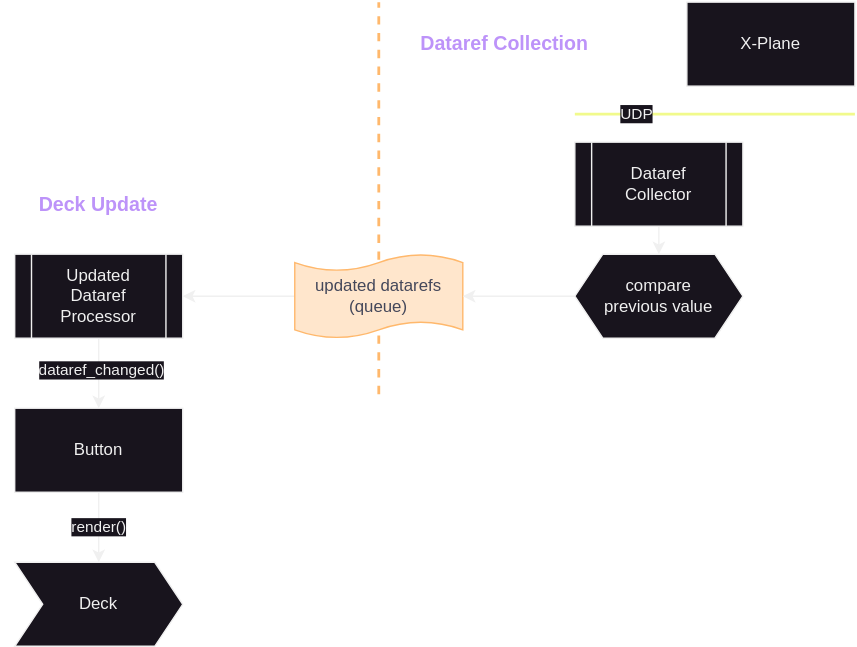
Before: docs/images/dataref updates.svg, a diagram exported from draw.io (devleaks/cockpitdecks-docs). Source tidied: cells renumbered, new cells last; positions are measured from the earlier drawing's top-left corner, leaving out a move shared by most shapes. Source of this version:
```xml
<mxGraphModel>
  <root>
    <mxCell id="0" />
    <mxCell id="1" parent="0" />
    <mxCell id="2" style="endArrow=none;html=1;rounded=0;strokeWidth=2;strokeColor=#FFB86C;dashed=1;" parent="1" edge="1">
      <mxGeometry relative="1" as="geometry">
        <mxPoint x="270" y="280" as="sourcePoint" />
        <mxPoint x="270" as="targetPoint" />
      </mxGeometry>
    </mxCell>
    <mxCell id="3" style="endArrow=none;html=1;rounded=0;strokeWidth=2;strokeColor=#F1FA8C;" parent="1" edge="1">
      <mxGeometry relative="1" as="geometry">
        <mxPoint x="610" y="80" as="sourcePoint" />
        <mxPoint x="410" y="80" as="targetPoint" />
      </mxGeometry>
    </mxCell>
    <mxCell id="4" value="UDP" style="edgeLabel;html=1;align=center;verticalAlign=middle;" parent="3" vertex="1">
      <mxGeometry x="0.57" y="-1" relative="1" as="geometry" />
    </mxCell>
    <mxCell id="5" value="X-Plane" style="rounded=0;whiteSpace=wrap;html=1;" parent="1" vertex="1">
      <mxGeometry x="490" width="120" height="60" as="geometry" />
    </mxCell>
    <mxCell id="6" style="edgeStyle=orthogonalEdgeStyle;rounded=0;jettySize=auto;html=1;exitX=0.5;exitY=1;exitDx=0;exitDy=0;entryX=0.5;entryY=0;entryDx=0;entryDy=0;" parent="1" edge="1" source="7" target="8">
      <mxGeometry relative="1" as="geometry" />
    </mxCell>
    <mxCell id="7" value="Dataref&lt;div&gt;Collector&lt;/div&gt;" style="shape=process;whiteSpace=wrap;html=1;backgroundOutline=1;" parent="1" vertex="1">
      <mxGeometry x="410" y="100" width="120" height="60" as="geometry" />
    </mxCell>
    <mxCell id="8" value="compare&lt;div&gt;previous value&lt;/div&gt;" style="shape=hexagon;perimeter=hexagonPerimeter2;whiteSpace=wrap;html=1;fixedSize=1;" parent="1" vertex="1">
      <mxGeometry x="410" y="180" width="120" height="60" as="geometry" />
    </mxCell>
    <mxCell id="9" style="edgeStyle=orthogonalEdgeStyle;rounded=0;jettySize=auto;html=1;entryX=1;entryY=0.5;entryDx=0;entryDy=0;" parent="1" edge="1" source="10" target="14">
      <mxGeometry relative="1" as="geometry" />
    </mxCell>
    <mxCell id="10" value="updated datarefs&lt;div&gt;(queue)&lt;/div&gt;" style="shape=tape;whiteSpace=wrap;html=1;size=0.2;fillColor=#ffe6cc;strokeColor=#FFB86C;fontColor=#44475A;" parent="1" vertex="1">
      <mxGeometry x="210" y="180" width="120" height="60" as="geometry" />
    </mxCell>
    <mxCell id="11" style="edgeStyle=orthogonalEdgeStyle;rounded=0;jettySize=auto;html=1;exitX=0;exitY=0.5;exitDx=0;exitDy=0;entryX=1;entryY=0.5;entryDx=0;entryDy=0;entryPerimeter=0;" parent="1" edge="1" source="8" target="10">
      <mxGeometry relative="1" as="geometry" />
    </mxCell>
    <mxCell id="12" style="edgeStyle=orthogonalEdgeStyle;rounded=0;jettySize=auto;html=1;entryX=0.5;entryY=0;entryDx=0;entryDy=0;" parent="1" edge="1" source="14" target="16">
      <mxGeometry relative="1" as="geometry" />
    </mxCell>
    <mxCell id="13" value="dataref_changed()" style="edgeLabel;html=1;align=center;verticalAlign=middle;" parent="12" vertex="1">
      <mxGeometry x="-0.12" y="1" relative="1" as="geometry" />
    </mxCell>
    <mxCell id="14" value="Updated&lt;div&gt;Dataref&lt;/div&gt;&lt;div&gt;Processor&lt;/div&gt;" style="shape=process;whiteSpace=wrap;html=1;backgroundOutline=1;" parent="1" vertex="1">
      <mxGeometry x="10" y="180" width="120" height="60" as="geometry" />
    </mxCell>
    <mxCell id="15" value="render()" style="edgeStyle=orthogonalEdgeStyle;rounded=0;jettySize=auto;html=1;exitX=0.5;exitY=1;exitDx=0;exitDy=0;entryX=0.5;entryY=0;entryDx=0;entryDy=0;" parent="1" edge="1" source="16" target="17">
      <mxGeometry relative="1" as="geometry" />
    </mxCell>
    <mxCell id="16" value="Button" style="rounded=0;whiteSpace=wrap;html=1;" parent="1" vertex="1">
      <mxGeometry x="10" y="290" width="120" height="60" as="geometry" />
    </mxCell>
    <mxCell id="17" value="Deck" style="shape=step;perimeter=stepPerimeter;whiteSpace=wrap;html=1;fixedSize=1;" parent="1" vertex="1">
      <mxGeometry x="10" y="400" width="120" height="60" as="geometry" />
    </mxCell>
    <mxCell id="18" value="Dataref Collection" style="text;html=1;align=center;verticalAlign=middle;whiteSpace=wrap;rounded=0;fontSize=14;fontStyle=1;fontColor=#BD93F9;" parent="1" vertex="1">
      <mxGeometry x="290" y="15" width="140" height="30" as="geometry" />
    </mxCell>
    <mxCell id="19" value="Deck Update" style="text;html=1;align=center;verticalAlign=middle;whiteSpace=wrap;rounded=0;fontSize=14;fontStyle=1;fontColor=#BD93F9;" parent="1" vertex="1">
      <mxGeometry y="130" width="140" height="30" as="geometry" />
    </mxCell>
  </root>
</mxGraphModel>
```
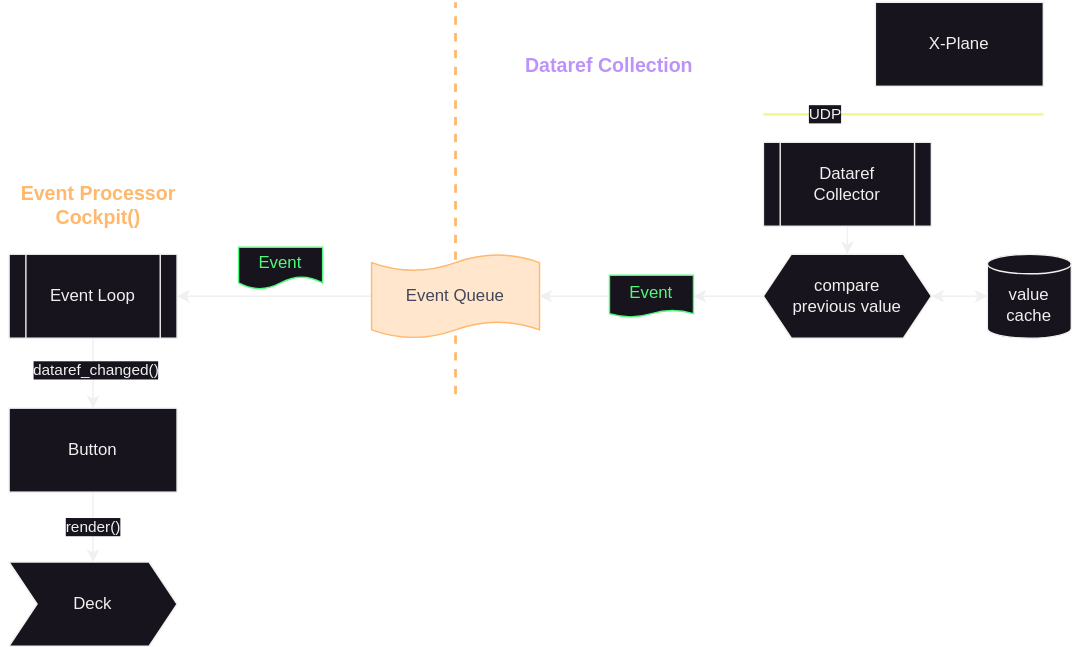
Above is the later version.

Commit message:
adjusted drawings for single event processing loop

What changed in the source:
```diff
@@ -4,38 +4,38 @@
     <mxCell id="1" parent="0" />
     <mxCell id="2" style="endArrow=none;html=1;rounded=0;strokeWidth=2;strokeColor=#FFB86C;dashed=1;" parent="1" edge="1">
       <mxGeometry relative="1" as="geometry">
-        <mxPoint x="270" y="280" as="sourcePoint" />
-        <mxPoint x="270" as="targetPoint" />
+        <mxPoint x="170" y="280" as="sourcePoint" />
+        <mxPoint x="170" as="targetPoint" />
       </mxGeometry>
     </mxCell>
     <mxCell id="3" style="endArrow=none;html=1;rounded=0;strokeWidth=2;strokeColor=#F1FA8C;" parent="1" edge="1">
       <mxGeometry relative="1" as="geometry">
-        <mxPoint x="610" y="80" as="sourcePoint" />
-        <mxPoint x="410" y="80" as="targetPoint" />
+        <mxPoint x="590" y="80" as="sourcePoint" />
+        <mxPoint x="390" y="80" as="targetPoint" />
       </mxGeometry>
     </mxCell>
     <mxCell id="4" value="UDP" style="edgeLabel;html=1;align=center;verticalAlign=middle;" parent="3" vertex="1">
       <mxGeometry x="0.57" y="-1" relative="1" as="geometry" />
     </mxCell>
     <mxCell id="5" value="X-Plane" style="rounded=0;whiteSpace=wrap;html=1;" parent="1" vertex="1">
-      <mxGeometry x="490" width="120" height="60" as="geometry" />
+      <mxGeometry x="470" width="120" height="60" as="geometry" />
     </mxCell>
     <mxCell id="6" style="edgeStyle=orthogonalEdgeStyle;rounded=0;jettySize=auto;html=1;exitX=0.5;exitY=1;exitDx=0;exitDy=0;entryX=0.5;entryY=0;entryDx=0;entryDy=0;" parent="1" edge="1" source="7" target="8">
       <mxGeometry relative="1" as="geometry" />
     </mxCell>
     <mxCell id="7" value="Dataref&lt;div&gt;Collector&lt;/div&gt;" style="shape=process;whiteSpace=wrap;html=1;backgroundOutline=1;" parent="1" vertex="1">
-      <mxGeometry x="410" y="100" width="120" height="60" as="geometry" />
+      <mxGeometry x="390" y="100" width="120" height="60" as="geometry" />
     </mxCell>
     <mxCell id="8" value="compare&lt;div&gt;previous value&lt;/div&gt;" style="shape=hexagon;perimeter=hexagonPerimeter2;whiteSpace=wrap;html=1;fixedSize=1;" parent="1" vertex="1">
-      <mxGeometry x="410" y="180" width="120" height="60" as="geometry" />
+      <mxGeometry x="390" y="180" width="120" height="60" as="geometry" />
     </mxCell>
     <mxCell id="9" style="edgeStyle=orthogonalEdgeStyle;rounded=0;jettySize=auto;html=1;entryX=1;entryY=0.5;entryDx=0;entryDy=0;" parent="1" edge="1" source="10" target="14">
       <mxGeometry relative="1" as="geometry" />
     </mxCell>
-    <mxCell id="10" value="updated datarefs&lt;div&gt;(queue)&lt;/div&gt;" style="shape=tape;whiteSpace=wrap;html=1;size=0.2;fillColor=#ffe6cc;strokeColor=#FFB86C;fontColor=#44475A;" parent="1" vertex="1">
-      <mxGeometry x="210" y="180" width="120" height="60" as="geometry" />
+    <mxCell id="10" value="Event Queue" style="shape=tape;whiteSpace=wrap;html=1;size=0.2;fillColor=#ffe6cc;strokeColor=#FFB86C;fontColor=#44475A;" parent="1" vertex="1">
+      <mxGeometry x="110" y="180" width="120" height="60" as="geometry" />
     </mxCell>
-    <mxCell id="11" style="edgeStyle=orthogonalEdgeStyle;rounded=0;jettySize=auto;html=1;exitX=0;exitY=0.5;exitDx=0;exitDy=0;entryX=1;entryY=0.5;entryDx=0;entryDy=0;entryPerimeter=0;" parent="1" edge="1" source="8" target="10">
+    <mxCell id="11" style="edgeStyle=orthogonalEdgeStyle;rounded=0;jettySize=auto;html=1;exitX=0;exitY=0.5;exitDx=0;exitDy=0;entryX=1;entryY=0.5;entryDx=0;entryDy=0;entryPerimeter=0;" parent="1" edge="1" source="24" target="10">
       <mxGeometry relative="1" as="geometry" />
     </mxCell>
     <mxCell id="12" style="edgeStyle=orthogonalEdgeStyle;rounded=0;jettySize=auto;html=1;entryX=0.5;entryY=0;entryDx=0;entryDy=0;" parent="1" edge="1" source="14" target="16">
@@ -44,23 +44,38 @@
     <mxCell id="13" value="dataref_changed()" style="edgeLabel;html=1;align=center;verticalAlign=middle;" parent="12" vertex="1">
       <mxGeometry x="-0.12" y="1" relative="1" as="geometry" />
     </mxCell>
-    <mxCell id="14" value="Updated&lt;div&gt;Dataref&lt;/div&gt;&lt;div&gt;Processor&lt;/div&gt;" style="shape=process;whiteSpace=wrap;html=1;backgroundOutline=1;" parent="1" vertex="1">
-      <mxGeometry x="10" y="180" width="120" height="60" as="geometry" />
+    <mxCell id="14" value="Event Loop" style="shape=process;whiteSpace=wrap;html=1;backgroundOutline=1;" parent="1" vertex="1">
+      <mxGeometry x="-149" y="180" width="120" height="60" as="geometry" />
     </mxCell>
     <mxCell id="15" value="render()" style="edgeStyle=orthogonalEdgeStyle;rounded=0;jettySize=auto;html=1;exitX=0.5;exitY=1;exitDx=0;exitDy=0;entryX=0.5;entryY=0;entryDx=0;entryDy=0;" parent="1" edge="1" source="16" target="17">
       <mxGeometry relative="1" as="geometry" />
     </mxCell>
     <mxCell id="16" value="Button" style="rounded=0;whiteSpace=wrap;html=1;" parent="1" vertex="1">
-      <mxGeometry x="10" y="290" width="120" height="60" as="geometry" />
+      <mxGeometry x="-149" y="290" width="120" height="60" as="geometry" />
     </mxCell>
     <mxCell id="17" value="Deck" style="shape=step;perimeter=stepPerimeter;whiteSpace=wrap;html=1;fixedSize=1;" parent="1" vertex="1">
-      <mxGeometry x="10" y="400" width="120" height="60" as="geometry" />
+      <mxGeometry x="-149" y="400" width="120" height="60" as="geometry" />
     </mxCell>
     <mxCell id="18" value="Dataref Collection" style="text;html=1;align=center;verticalAlign=middle;whiteSpace=wrap;rounded=0;fontSize=14;fontStyle=1;fontColor=#BD93F9;" parent="1" vertex="1">
-      <mxGeometry x="290" y="15" width="140" height="30" as="geometry" />
+      <mxGeometry x="210" y="30" width="140" height="30" as="geometry" />
     </mxCell>
-    <mxCell id="19" value="Deck Update" style="text;html=1;align=center;verticalAlign=middle;whiteSpace=wrap;rounded=0;fontSize=14;fontStyle=1;fontColor=#BD93F9;" parent="1" vertex="1">
-      <mxGeometry y="130" width="140" height="30" as="geometry" />
+    <mxCell id="19" value="Event Processor&lt;div&gt;Cockpit()&lt;/div&gt;" style="text;html=1;align=center;verticalAlign=middle;whiteSpace=wrap;rounded=0;fontSize=14;fontStyle=1;fontColor=#FFB86C;" parent="1" vertex="1">
+      <mxGeometry x="-155" y="130" width="140" height="30" as="geometry" />
     </mxCell>
+    <mxCell id="20" style="edgeStyle=orthogonalEdgeStyle;rounded=0;jettySize=auto;html=1;entryX=1;entryY=0.5;entryDx=0;entryDy=0;startArrow=classic;startFill=1;" parent="1" edge="1" source="21" target="8">
+      <mxGeometry relative="1" as="geometry" />
+    </mxCell>
+    <mxCell id="21" value="value cache" style="shape=cylinder3;whiteSpace=wrap;html=1;boundedLbl=1;backgroundOutline=1;size=7;" parent="1" vertex="1">
+      <mxGeometry x="550" y="180" width="60" height="60" as="geometry" />
+    </mxCell>
+    <mxCell id="22" value="Event" style="shape=document;whiteSpace=wrap;html=1;boundedLbl=1;fontColor=#50FA7B;strokeColor=#50FA7B;" parent="1" vertex="1">
+      <mxGeometry x="15" y="175" width="60" height="30" as="geometry" />
+    </mxCell>
+    <mxCell id="23" style="edgeStyle=orthogonalEdgeStyle;rounded=0;jettySize=auto;html=1;exitX=0;exitY=0.5;exitDx=0;exitDy=0;entryX=1;entryY=0.5;entryDx=0;entryDy=0;entryPerimeter=0;" parent="1" edge="1" source="8" target="24">
+      <mxGeometry relative="1" as="geometry" />
+    </mxCell>
+    <mxCell id="24" value="Event" style="shape=document;whiteSpace=wrap;html=1;boundedLbl=1;fontColor=#50FA7B;strokeColor=#50FA7B;size=0.16666666666666666;" parent="1" vertex="1">
+      <mxGeometry x="280" y="195" width="60" height="30" as="geometry" />
+    </mxCell>
   </root>
 </mxGraphModel>
```
